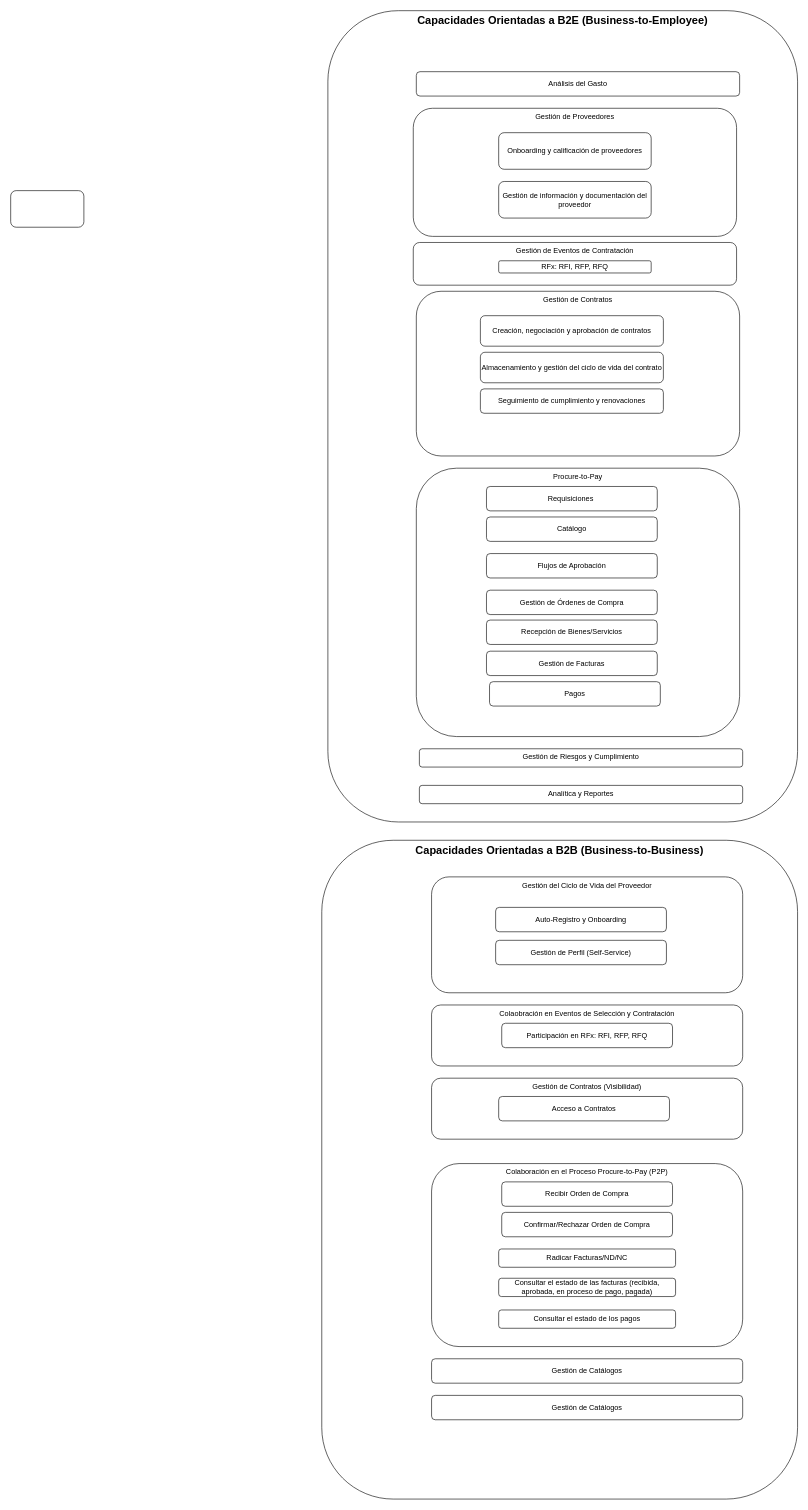
carlosvalderrama1204/diagrams keeps this draw.io diagram as page "Capacidades" (3 of 5) of Procurement chain.drawio. Above is the earlier version. Source tidied: cells renumbered, new cells numbered last; positions are measured from the earlier drawing's top-left corner, leaving out a move shared by most shapes. Both pictures are drawn from the tidied source at 61%, with x=0, y=0 at pixel (10, 10).
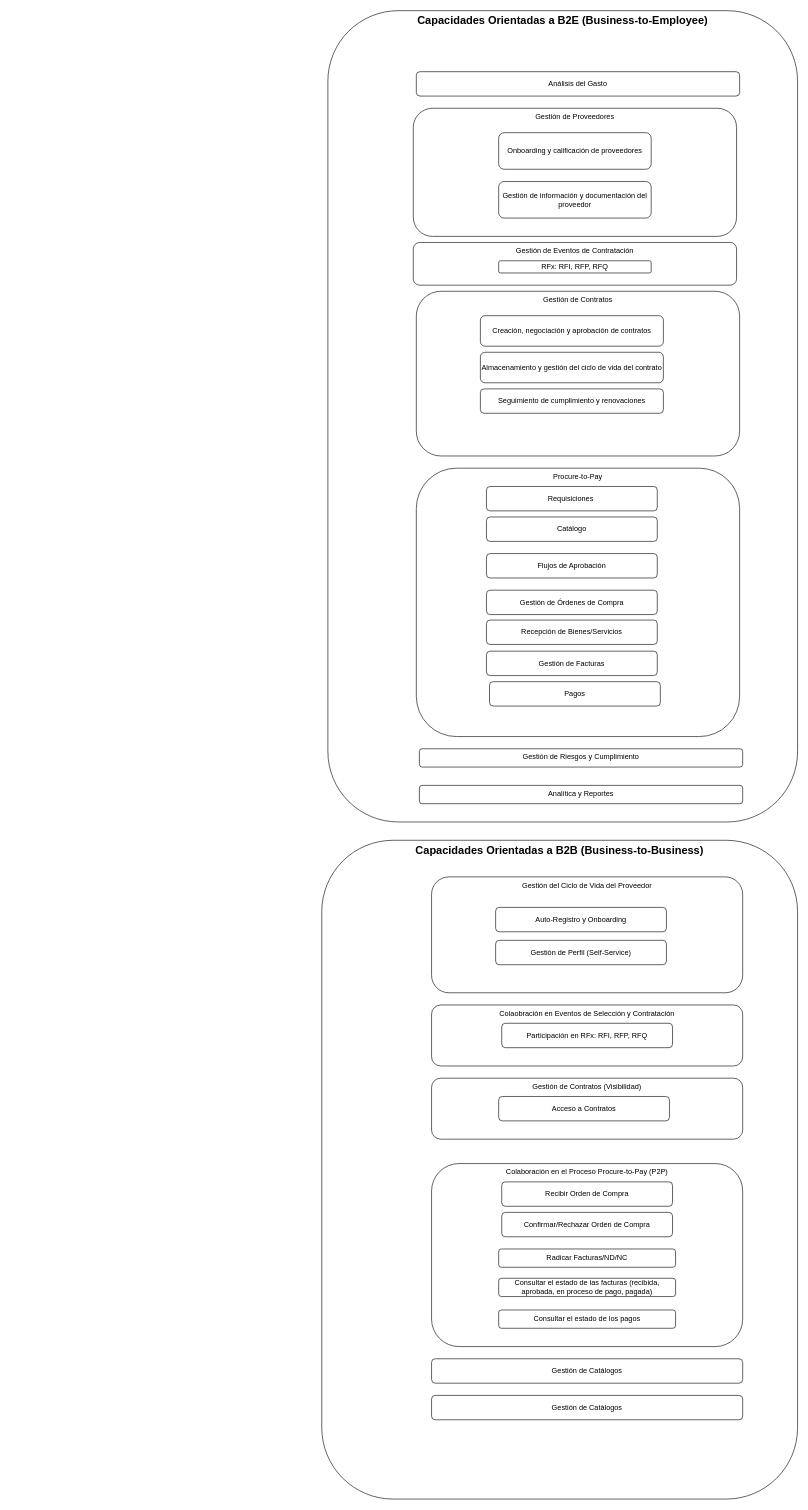
The same diagram, later.

Diff of the diagram source:
```diff
@@
-    <mxCell id="21" style="rounded=1;whiteSpace=wrap;html=1;" parent="1" vertex="1">
-      <mxGeometry y="295" width="120" height="60" as="geometry" />
-    </mxCell>
```
